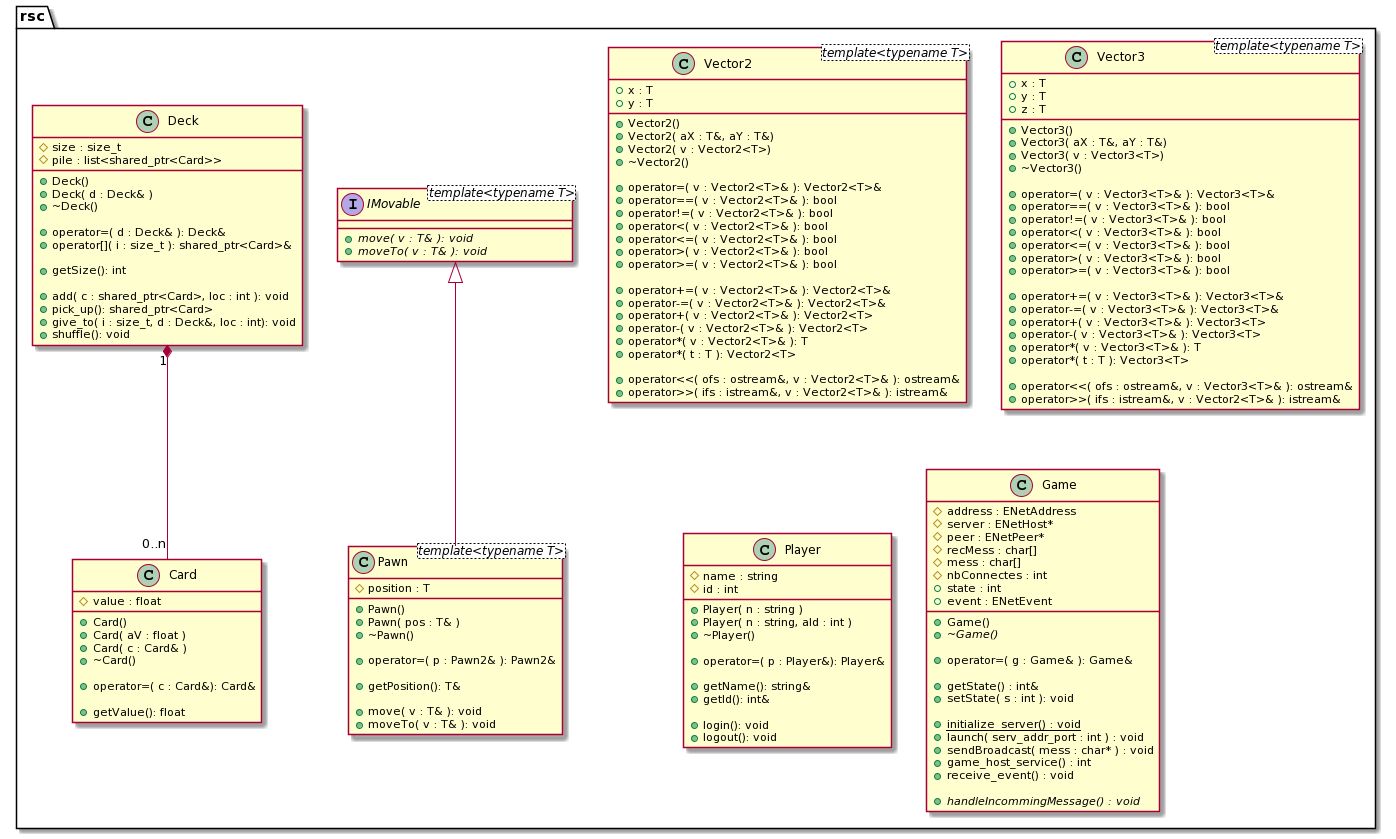
Flosilver/libRosace-dev keeps this PlantUML diagram as UML.png. Above is the earlier version. Its source is kept beside it as UML.puml. Its diagram source:
```plantuml
@startuml UML

set namespaceSeparator ::

interface rsc::IMovable <template<typename T>>{
    + {abstract} move( v : T& ): void
    + {abstract} moveTo( v : T& ): void
}

class rsc::Vector2<template<typename T>> {
    + x : T
    + y : T

    + Vector2()
    + Vector2( aX : T&, aY : T&)
    + Vector2( v : Vector2<T>)
    + ~Vector2()

    + operator=( v : Vector2<T>& ): Vector2<T>&
    + operator==( v : Vector2<T>& ): bool
    + operator!=( v : Vector2<T>& ): bool
    + operator<( v : Vector2<T>& ): bool
    + operator<=( v : Vector2<T>& ): bool
    + operator>( v : Vector2<T>& ): bool
    + operator>=( v : Vector2<T>& ): bool

    + operator+=( v : Vector2<T>& ): Vector2<T>&
    + operator-=( v : Vector2<T>& ): Vector2<T>&
    + operator+( v : Vector2<T>& ): Vector2<T>
    + operator-( v : Vector2<T>& ): Vector2<T>
    + operator*( v : Vector2<T>& ): T
    + operator*( t : T ): Vector2<T>

    + operator<<( ofs : ostream&, v : Vector2<T>& ): ostream&
    + operator>>( ifs : istream&, v : Vector2<T>& ): istream&
}

class rsc::Vector3<template<typename T>> {
    + x : T
    + y : T
    + z : T

    + Vector3()
    + Vector3( aX : T&, aY : T&)
    + Vector3( v : Vector3<T>)
    + ~Vector3()

    + operator=( v : Vector3<T>& ): Vector3<T>&
    + operator==( v : Vector3<T>& ): bool
    + operator!=( v : Vector3<T>& ): bool
    + operator<( v : Vector3<T>& ): bool
    + operator<=( v : Vector3<T>& ): bool
    + operator>( v : Vector3<T>& ): bool
    + operator>=( v : Vector3<T>& ): bool

    + operator+=( v : Vector3<T>& ): Vector3<T>&
    + operator-=( v : Vector3<T>& ): Vector3<T>&
    + operator+( v : Vector3<T>& ): Vector3<T>
    + operator-( v : Vector3<T>& ): Vector3<T>
    + operator*( v : Vector3<T>& ): T
    + operator*( t : T ): Vector3<T>

    + operator<<( ofs : ostream&, v : Vector3<T>& ): ostream&
    + operator>>( ifs : istream&, v : Vector2<T>& ): istream&
}


class rsc::Card
{
    # value : float

    + Card()
    + Card( aV : float )
    + Card( c : Card& )
    + ~Card()

    + operator=( c : Card&): Card&

    + getValue(): float
}

class rsc::Deck{
    # size : size_t
    # pile : list<shared_ptr<Card>>

    + Deck()
    + Deck( d : Deck& )
    + ~Deck()

    + operator=( d : Deck& ): Deck&
    + operator[]( i : size_t ): shared_ptr<Card>&

    + getSize(): int

    + add( c : shared_ptr<Card>, loc : int ): void
    + pick_up(): shared_ptr<Card>
    + give_to( i : size_t, d : Deck&, loc : int): void
    + shuffle(): void
}

class rsc::Player{
    # name : string
    # id : int

    + Player( n : string )
    + Player( n : string, aId : int )
    + ~Player()

    + operator=( p : Player&): Player&

    + getName(): string&
    + getId(): int&

    + login(): void
    + logout(): void
}

class rsc::Pawn <template<typename T>>{
    # position : T

    + Pawn()
    + Pawn( pos : T& )
    + ~Pawn()

    + operator=( p : Pawn2& ): Pawn2&

    + getPosition(): T&

    + move( v : T& ): void
    + moveTo( v : T& ): void
}

class rsc::Game{
    # address : ENetAddress
    # server : ENetHost*
    # peer : ENetPeer*
    # recMess : char[]
    # mess : char[]
    # nbConnectes : int
    + state : int
    + event : ENetEvent

    + Game()
    + {abstract} ~Game()

    + operator=( g : Game& ): Game&

    + getState() : int&
    + setState( s : int ): void

    + {static} initialize_server() : void
    + launch( serv_addr_port : int ) : void
    + sendBroadcast( mess : char* ) : void
    + game_host_service() : int
    + receive_event() : void

    + {abstract} handleIncommingMessage() : void
}

rsc::IMovable <|-- rsc::Pawn

rsc::Deck "1" *-- "0..n" rsc::Card

@enduml
```
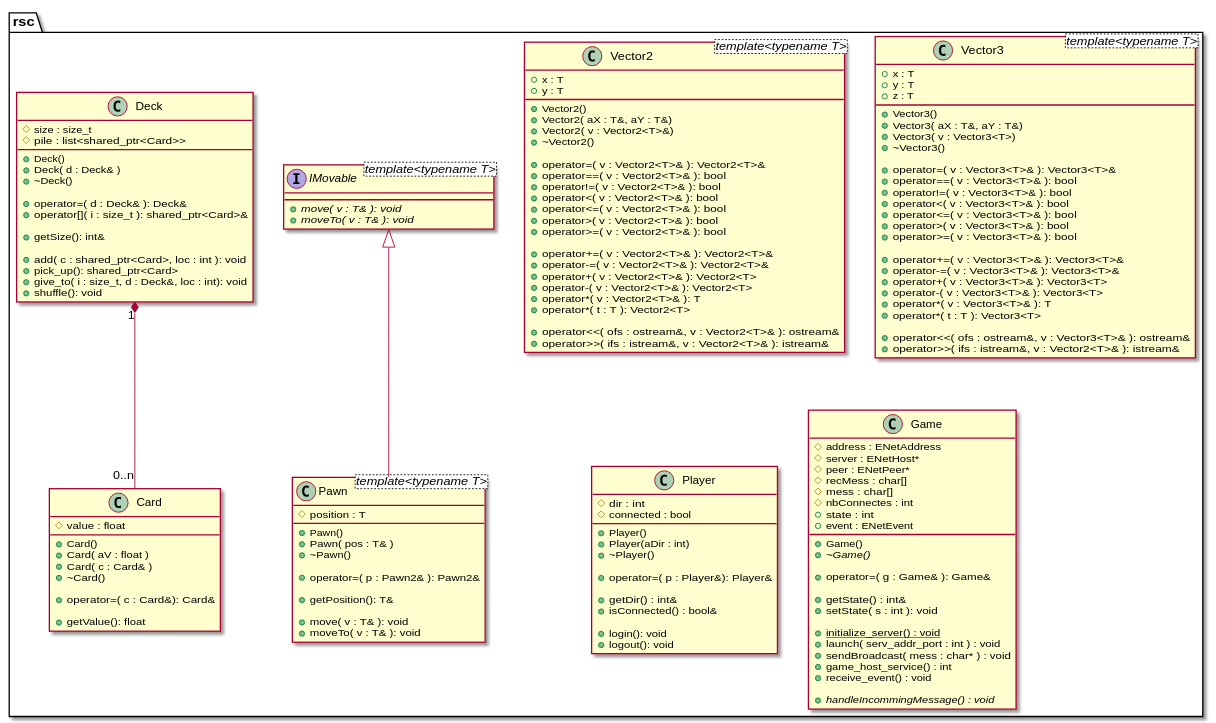
After the commit.

Commit message:
correction UML

What changed in the source:
```diff
@@ -13,7 +13,7 @@
 
     + Vector2()
     + Vector2( aX : T&, aY : T&)
-    + Vector2( v : Vector2<T>)
+    + Vector2( v : Vector2<T>&)
     + ~Vector2()
 
     + operator=( v : Vector2<T>& ): Vector2<T>&
@@ -90,7 +90,7 @@
     + operator=( d : Deck& ): Deck&
     + operator[]( i : size_t ): shared_ptr<Card>&
 
-    + getSize(): int
+    + getSize(): int&
 
     + add( c : shared_ptr<Card>, loc : int ): void
     + pick_up(): shared_ptr<Card>
@@ -99,17 +99,17 @@
 }
 
 class rsc::Player{
-    # name : string
-    # id : int
+    # dir : int
+    # connected : bool
 
-    + Player( n : string )
-    + Player( n : string, aId : int )
+    + Player()
+    + Player(aDir : int)
     + ~Player()
 
     + operator=( p : Player&): Player&
 
-    + getName(): string&
-    + getId(): int&
+    + getDir() : int&
+    + isConnected() : bool&
 
     + login(): void
     + logout(): void
```
